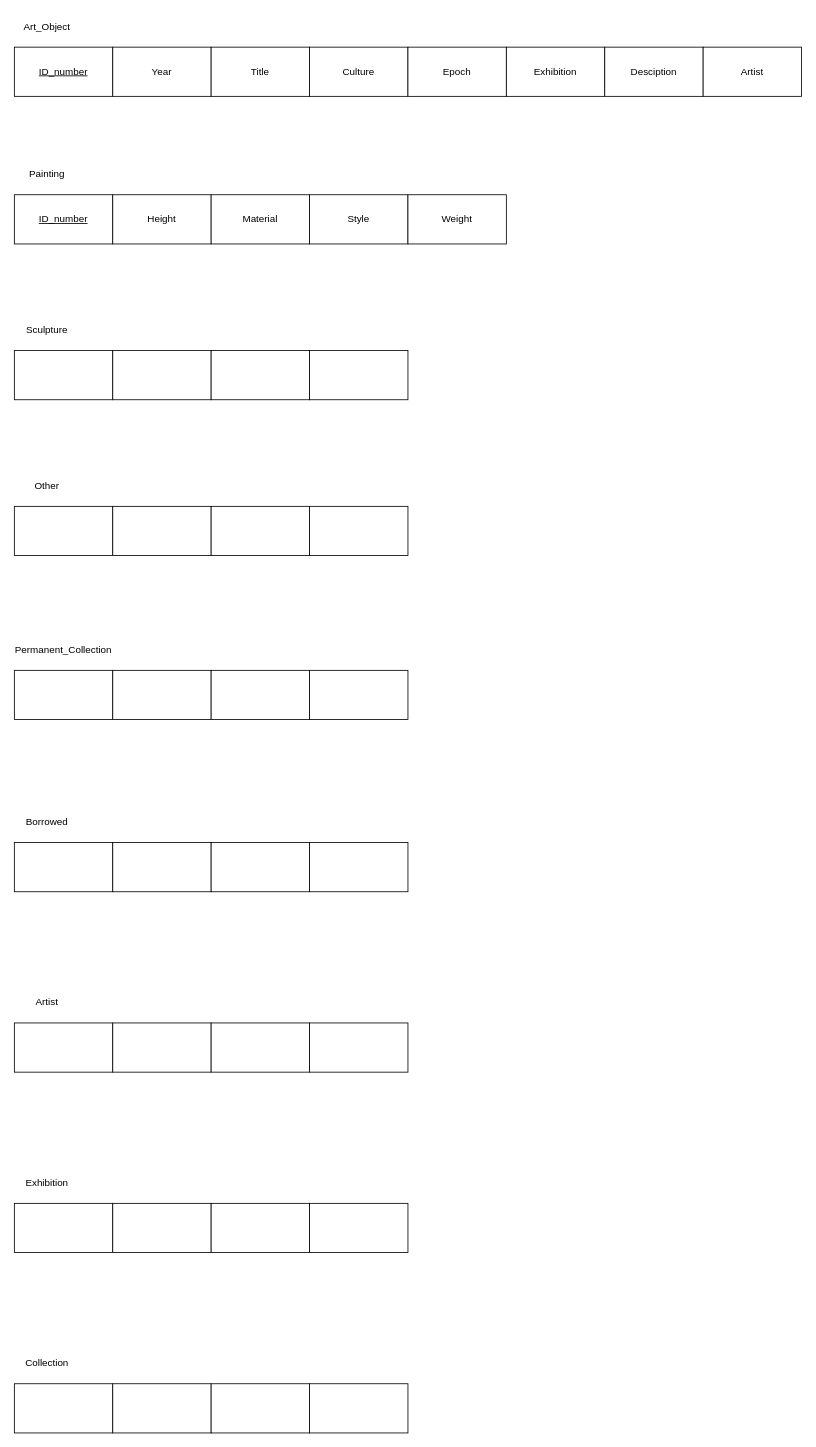
The draw.io diagram EERD.drawio in ENSF-300-F23/museum-project-l03-35, before the edit. Source tidied: cells renumbered, new cells numbered last; positions are measured from the earlier drawing's top-left corner, leaving out a move shared by most shapes. Both pictures are drawn from the tidied source at 82%, with x=0, y=0 at pixel (14, 14).
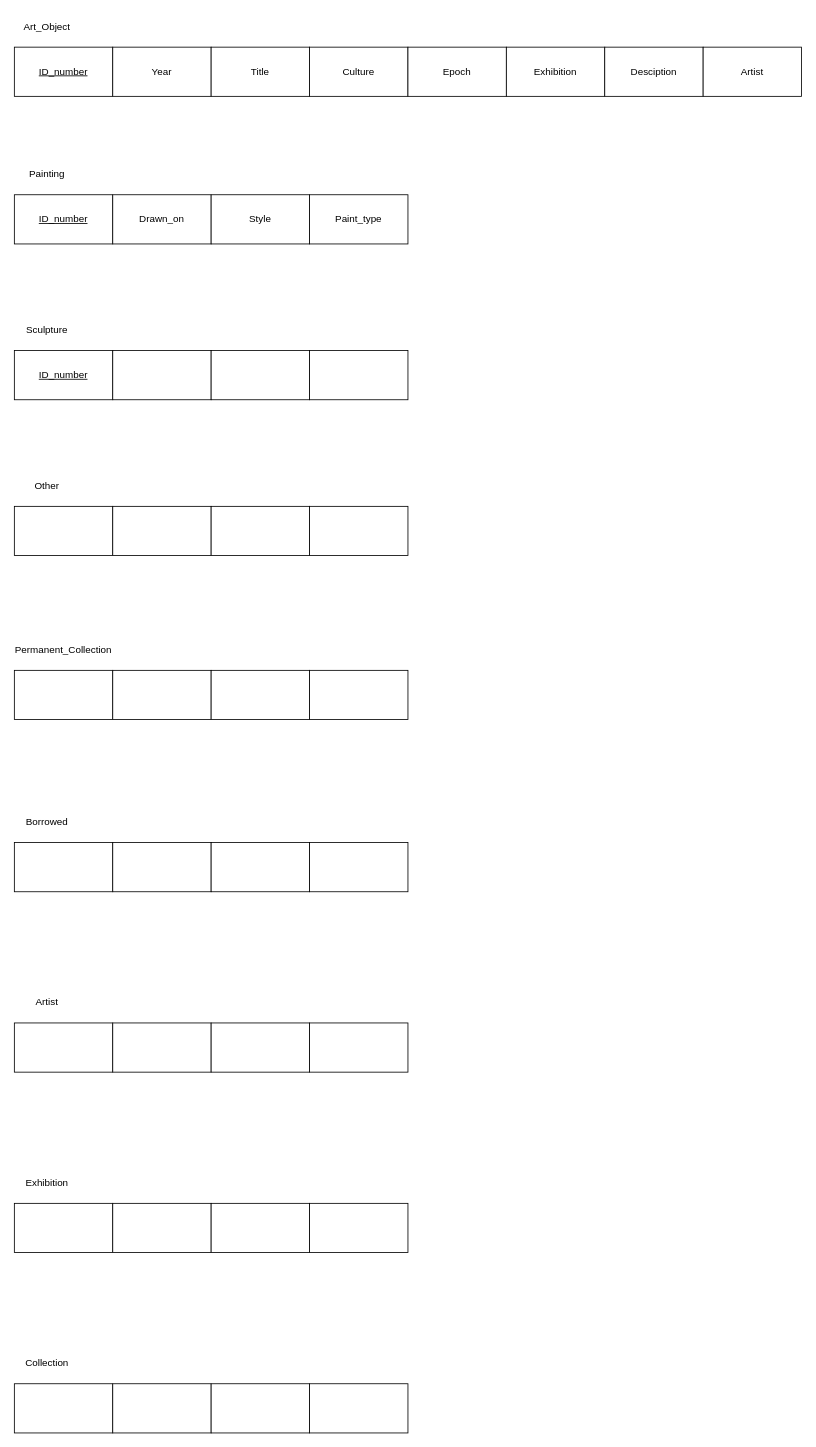
Above is the later version.

Commit message:
Corrected error in diagram for "Painting" entity

What changed in the source:
```diff
@@
-    <mxCell id="9" value="Height" style="rounded=0;whiteSpace=wrap;html=1;" parent="1" vertex="1">
+    <mxCell id="9" value="Drawn_on" style="rounded=0;whiteSpace=wrap;html=1;" parent="1" vertex="1">
       <mxGeometry x="120" y="220" width="120" height="60" as="geometry" />
     </mxCell>
-    <mxCell id="10" value="Material" style="rounded=0;whiteSpace=wrap;html=1;" parent="1" vertex="1">
+    <mxCell id="10" value="Style" style="rounded=0;whiteSpace=wrap;html=1;" parent="1" vertex="1">
       <mxGeometry x="240" y="220" width="120" height="60" as="geometry" />
     </mxCell>
-    <mxCell id="11" value="Style" style="rounded=0;whiteSpace=wrap;html=1;" parent="1" vertex="1">
+    <mxCell id="11" value="Paint_type" style="rounded=0;whiteSpace=wrap;html=1;" parent="1" vertex="1">
       <mxGeometry x="360" y="220" width="120" height="60" as="geometry" />
     </mxCell>
@@
-    <mxCell id="13" style="rounded=0;whiteSpace=wrap;html=1;" parent="1" vertex="1">
+    <mxCell id="13" value="&lt;u&gt;ID_number&lt;/u&gt;" style="rounded=0;whiteSpace=wrap;html=1;" parent="1" vertex="1">
       <mxGeometry y="410" width="120" height="60" as="geometry" />
     </mxCell>
@@
-    <mxCell id="51" value="Weight" style="rounded=0;whiteSpace=wrap;html=1;" parent="1" vertex="1">
-      <mxGeometry x="480" y="220" width="120" height="60" as="geometry" />
-    </mxCell>
```
